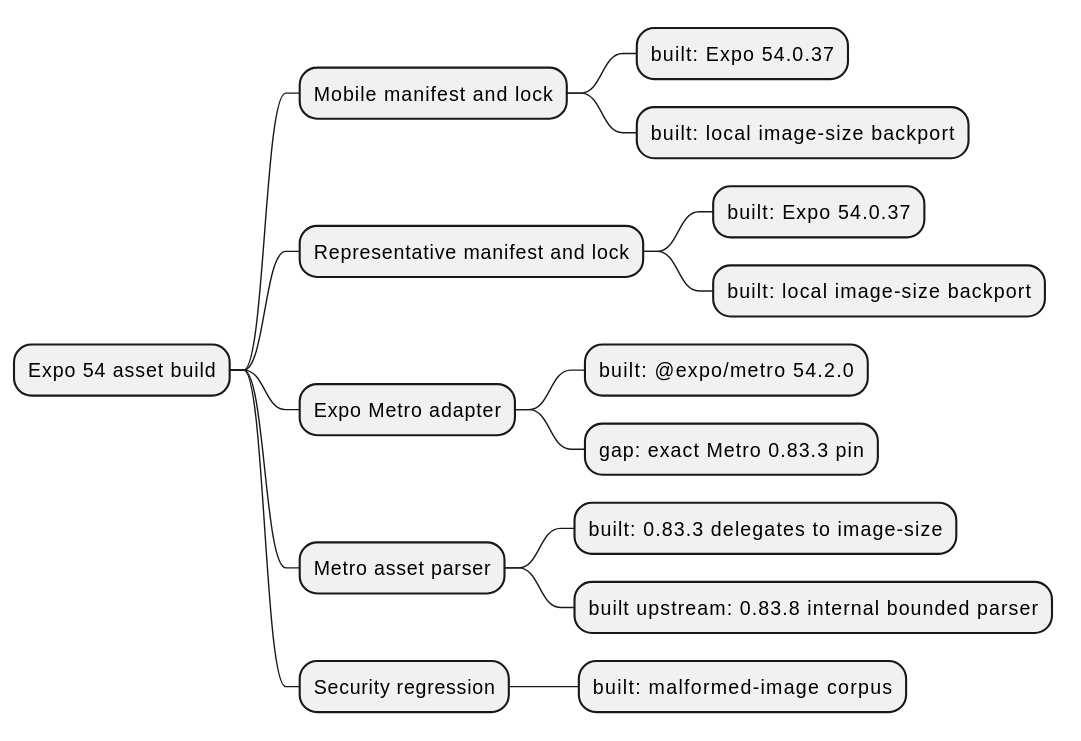
Before: docs/architecture/map.svg, a diagram exported from PlantUML (NeaBouli/pnyx).
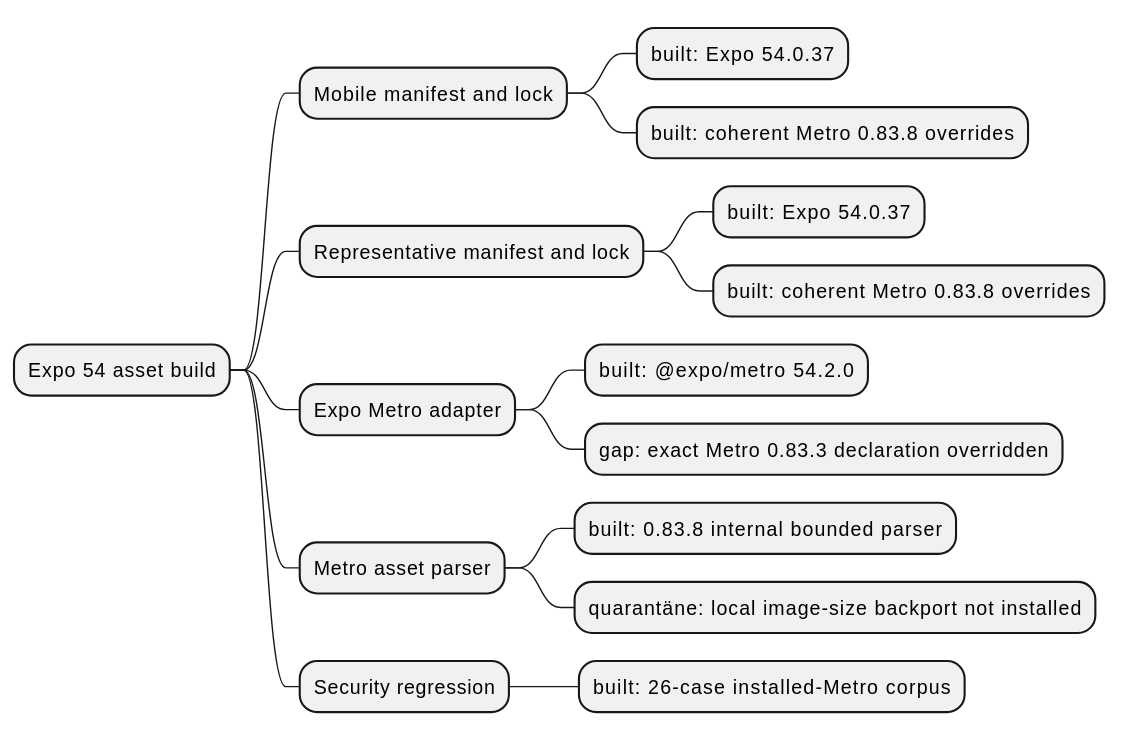
After the commit.

Commit message:
fix(mobile): adopt Metro 0.83.8 image parser, drop image-size (T-506)

What changed in the source:
```diff
@@ -3,16 +3,16 @@
 * Expo 54 asset build
 ** Mobile manifest and lock
 *** built: Expo 54.0.37
-*** built: local image-size backport
+*** built: coherent Metro 0.83.8 overrides
 ** Representative manifest and lock
 *** built: Expo 54.0.37
-*** built: local image-size backport
+*** built: coherent Metro 0.83.8 overrides
 ** Expo Metro adapter
 *** built: @expo/metro 54.2.0
-*** gap: exact Metro 0.83.3 pin
+*** gap: exact Metro 0.83.3 declaration overridden
 ** Metro asset parser
-*** built: 0.83.3 delegates to image-size
-*** built upstream: 0.83.8 internal bounded parser
+*** built: 0.83.8 internal bounded parser
+*** quarantäne: local image-size backport not installed
 ** Security regression
-*** built: malformed-image corpus
+*** built: 26-case installed-Metro corpus
 @endmindmap
```
